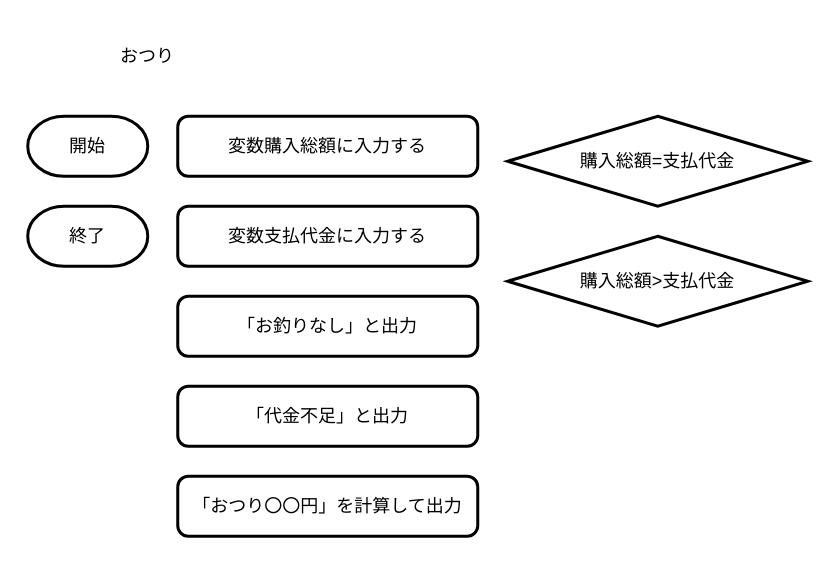
Above: flowchart/f2.drawio in Repy/informatics-web (draw.io), before the change. Source tidied: cells renumbered, new cells numbered last; positions are measured from the earlier drawing's top-left corner, leaving out a move shared by most shapes. Both pictures are drawn from the tidied source at 150%, with x=0, y=0 at pixel (27, 26).
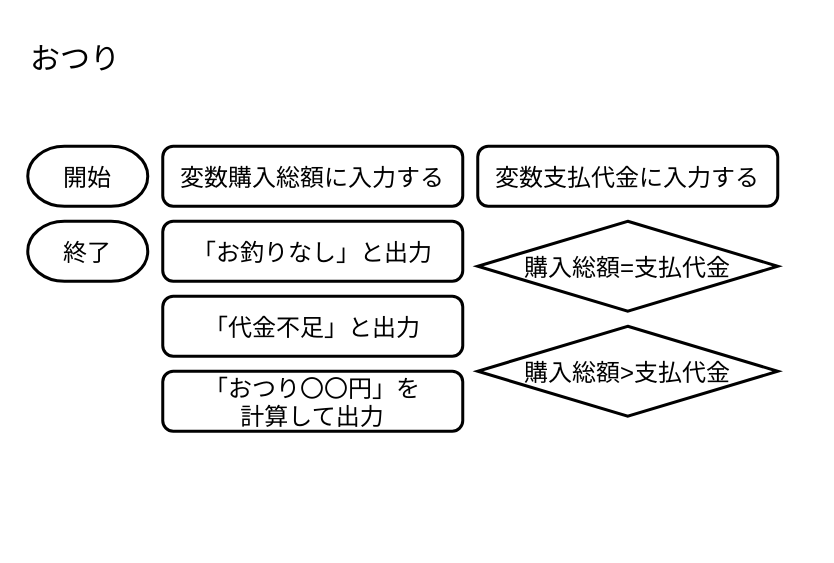
The same diagram, later.

Diff of the diagram source:
```diff
@@
 <mxGraphModel>
   <root>
     <mxCell id="0" />
     <mxCell id="1" parent="0" />
-    <mxCell id="2" value="おつり" style="text;html=1;strokeColor=none;fillColor=none;align=center;verticalAlign=middle;whiteSpace=wrap;rounded=0;" parent="1" vertex="1">
+    <mxCell id="2" value="おつり" style="text;strokeColor=none;fillColor=none;align=left;verticalAlign=middle;rounded=0;fontFamily=BIZ UDPGothic;fontSize=20;" parent="1" vertex="1">
       <mxGeometry width="160" height="40" as="geometry" />
     </mxCell>
-    <mxCell id="3" value="開始" style="strokeWidth=2;html=1;shape=mxgraph.flowchart.terminator;whiteSpace=wrap;" parent="1" vertex="1">
-      <mxGeometry y="60" width="80" height="40" as="geometry" />
+    <mxCell id="3" value="開始" style="strokeWidth=2;shape=mxgraph.flowchart.terminator;fontFamily=BIZ UDPGothic;fontSize=16;" parent="1" vertex="1">
+      <mxGeometry y="80" width="80" height="40" as="geometry" />
     </mxCell>
-    <mxCell id="4" value="終了" style="strokeWidth=2;html=1;shape=mxgraph.flowchart.terminator;whiteSpace=wrap;" parent="1" vertex="1">
-      <mxGeometry y="120" width="80" height="40" as="geometry" />
+    <mxCell id="4" value="終了" style="strokeWidth=2;shape=mxgraph.flowchart.terminator;fontFamily=BIZ UDPGothic;fontSize=16;" parent="1" vertex="1">
+      <mxGeometry y="130" width="80" height="40" as="geometry" />
     </mxCell>
-    <mxCell id="5" value="&lt;p style=&quot;margin-top: 0pt; margin-bottom: 0pt; margin-left: 0in; direction: ltr; unicode-bidi: embed; word-break: normal;&quot;&gt;変数支払代金に入力する&lt;/p&gt;" style="rounded=1;whiteSpace=wrap;html=1;absoluteArcSize=1;arcSize=14;strokeWidth=2;" parent="1" vertex="1">
-      <mxGeometry x="100" y="120" width="200" height="40" as="geometry" />
+    <mxCell id="5" value="変数支払代金に入力する" style="rounded=1;absoluteArcSize=1;arcSize=14;strokeWidth=2;fontFamily=BIZ UDPGothic;fontSize=16;" parent="1" vertex="1">
+      <mxGeometry x="300" y="80" width="200" height="40" as="geometry" />
     </mxCell>
-    <mxCell id="6" value="&lt;p style=&quot;margin-top: 0pt; margin-bottom: 0pt; margin-left: 0in; direction: ltr; unicode-bidi: embed; word-break: normal;&quot;&gt;「お釣りなし」と出力&lt;/p&gt;" style="rounded=1;whiteSpace=wrap;html=1;absoluteArcSize=1;arcSize=14;strokeWidth=2;" parent="1" vertex="1">
-      <mxGeometry x="100" y="180" width="200" height="40" as="geometry" />
+    <mxCell id="6" value="「お釣りなし」と出力" style="rounded=1;absoluteArcSize=1;arcSize=14;strokeWidth=2;fontFamily=BIZ UDPGothic;fontSize=16;" parent="1" vertex="1">
+      <mxGeometry x="90" y="130" width="200" height="40" as="geometry" />
     </mxCell>
-    <mxCell id="7" value="&lt;p style=&quot;margin-top: 0pt; margin-bottom: 0pt; margin-left: 0in; direction: ltr; unicode-bidi: embed; word-break: normal;&quot;&gt;「代金不足」と出力&lt;/p&gt;" style="rounded=1;whiteSpace=wrap;html=1;absoluteArcSize=1;arcSize=14;strokeWidth=2;" parent="1" vertex="1">
-      <mxGeometry x="100" y="240" width="200" height="40" as="geometry" />
+    <mxCell id="7" value="「代金不足」と出力" style="rounded=1;absoluteArcSize=1;arcSize=14;strokeWidth=2;fontFamily=BIZ UDPGothic;fontSize=16;" parent="1" vertex="1">
+      <mxGeometry x="90" y="180" width="200" height="40" as="geometry" />
     </mxCell>
-    <mxCell id="8" value="&lt;p style=&quot;margin-top: 0pt; margin-bottom: 0pt; margin-left: 0in; direction: ltr; unicode-bidi: embed; word-break: normal;&quot;&gt;変数購入総額に入力する&lt;/p&gt;" style="rounded=1;whiteSpace=wrap;html=1;absoluteArcSize=1;arcSize=14;strokeWidth=2;" parent="1" vertex="1">
-      <mxGeometry x="100" y="60" width="200" height="40" as="geometry" />
+    <mxCell id="8" value="変数購入総額に入力する" style="rounded=1;absoluteArcSize=1;arcSize=14;strokeWidth=2;fontFamily=BIZ UDPGothic;fontSize=16;" parent="1" vertex="1">
+      <mxGeometry x="90" y="80" width="200" height="40" as="geometry" />
     </mxCell>
-    <mxCell id="9" value="&lt;p style=&quot;margin-top: 0pt; margin-bottom: 0pt; margin-left: 0in; direction: ltr; unicode-bidi: embed; word-break: normal;&quot;&gt;「おつり〇〇円」を計算して出力&lt;/p&gt;" style="rounded=1;whiteSpace=wrap;html=1;absoluteArcSize=1;arcSize=14;strokeWidth=2;" parent="1" vertex="1">
-      <mxGeometry x="100" y="300" width="200" height="40" as="geometry" />
+    <mxCell id="9" value="「おつり〇〇円」を&#10;計算して出力" style="rounded=1;absoluteArcSize=1;arcSize=14;strokeWidth=2;fontFamily=BIZ UDPGothic;fontSize=16;" parent="1" vertex="1">
+      <mxGeometry x="90" y="230" width="200" height="40" as="geometry" />
     </mxCell>
-    <mxCell id="10" value="&lt;p style=&quot;margin-top: 0pt; margin-bottom: 0pt; margin-left: 0in; direction: ltr; unicode-bidi: embed; word-break: normal;&quot;&gt;購入総額=支払代金&lt;br&gt;&lt;/p&gt;" style="strokeWidth=2;html=1;shape=mxgraph.flowchart.decision;whiteSpace=wrap;" parent="1" vertex="1">
-      <mxGeometry x="320" y="60" width="200" height="60" as="geometry" />
+    <mxCell id="10" value="購入総額=支払代金" style="strokeWidth=2;shape=mxgraph.flowchart.decision;fontFamily=BIZ UDPGothic;fontSize=16;" parent="1" vertex="1">
+      <mxGeometry x="300" y="130" width="200" height="60" as="geometry" />
     </mxCell>
-    <mxCell id="11" value="&lt;p style=&quot;margin-top: 0pt; margin-bottom: 0pt; margin-left: 0in; direction: ltr; unicode-bidi: embed; word-break: normal;&quot;&gt;購入総額&amp;gt;支払代金&lt;br&gt;&lt;/p&gt;" style="strokeWidth=2;html=1;shape=mxgraph.flowchart.decision;whiteSpace=wrap;" parent="1" vertex="1">
-      <mxGeometry x="320" y="140" width="200" height="60" as="geometry" />
+    <mxCell id="11" value="購入総額&gt;支払代金" style="strokeWidth=2;shape=mxgraph.flowchart.decision;fontFamily=BIZ UDPGothic;fontSize=16;" parent="1" vertex="1">
+      <mxGeometry x="300" y="200" width="200" height="60" as="geometry" />
     </mxCell>
   </root>
 </mxGraphModel>
```
